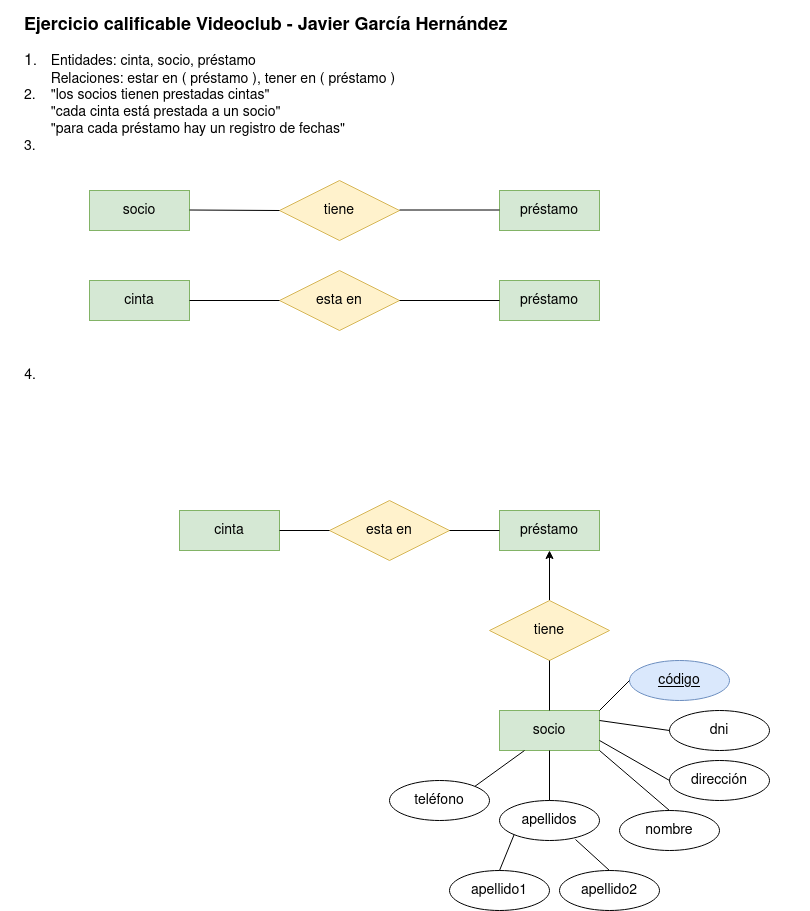
This is ejercicioevaluable1.png from javigh193/bae, a draw.io export, as it was before one commit. Source tidied: cells renumbered, new cells last; positions are measured from the earlier drawing's top-left corner, leaving out a move shared by most shapes.
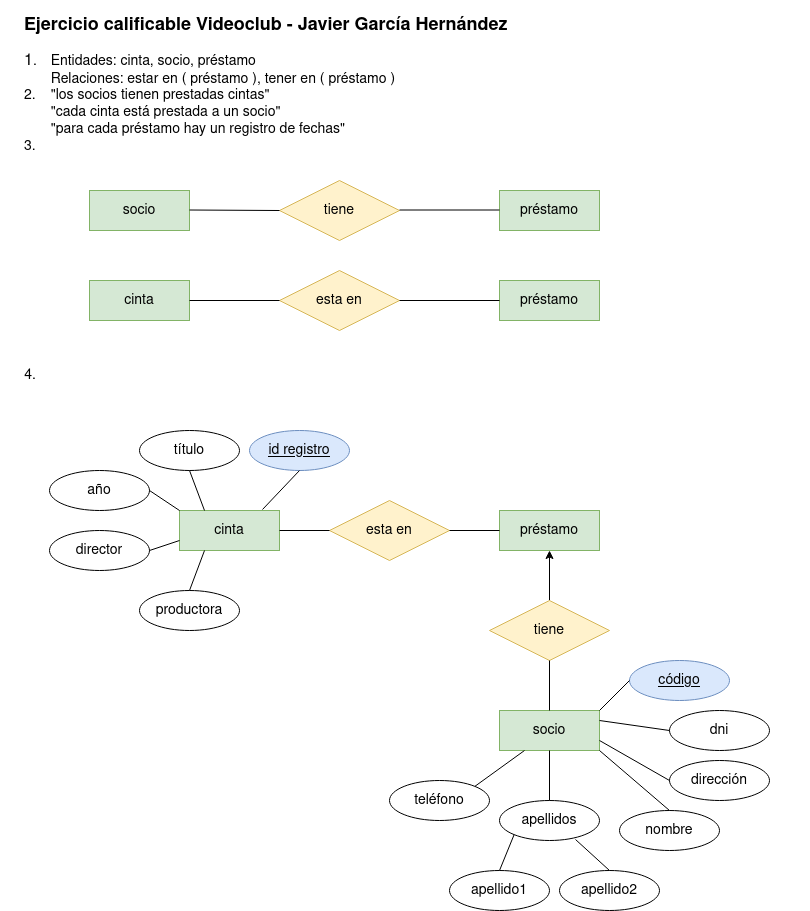
After the change.

Change to the diagram source:
```diff
@@ -118,5 +118,35 @@
     <mxCell id="38" style="endArrow=none;html=1;rounded=0;fontSize=14;exitX=1;exitY=0;exitDx=0;exitDy=0;entryX=0.25;entryY=1;entryDx=0;entryDy=0;" parent="1" edge="1" source="37" target="13">
       <mxGeometry relative="1" as="geometry" />
     </mxCell>
+    <mxCell id="39" value="id registro" style="ellipse;whiteSpace=wrap;html=1;align=center;fontStyle=4;fontSize=14;fillColor=#dae8fc;strokeColor=#6c8ebf;" parent="1" vertex="1">
+      <mxGeometry x="249" y="420" width="100" height="40" as="geometry" />
+    </mxCell>
+    <mxCell id="40" style="endArrow=none;html=1;rounded=0;fontSize=14;exitX=0.5;exitY=1;exitDx=0;exitDy=0;entryX=0.83;entryY=-0.025;entryDx=0;entryDy=0;entryPerimeter=0;" parent="1" edge="1" source="39" target="12">
+      <mxGeometry relative="1" as="geometry" />
+    </mxCell>
+    <mxCell id="41" value="título" style="ellipse;whiteSpace=wrap;html=1;align=center;fontSize=14;" parent="1" vertex="1">
+      <mxGeometry x="139" y="420" width="100" height="40" as="geometry" />
+    </mxCell>
+    <mxCell id="42" style="endArrow=none;html=1;rounded=0;fontSize=14;exitX=0.5;exitY=1;exitDx=0;exitDy=0;entryX=0.25;entryY=0;entryDx=0;entryDy=0;" parent="1" edge="1" source="41" target="12">
+      <mxGeometry relative="1" as="geometry" />
+    </mxCell>
+    <mxCell id="43" value="año" style="ellipse;whiteSpace=wrap;html=1;align=center;fontSize=14;" parent="1" vertex="1">
+      <mxGeometry x="49" y="460" width="100" height="40" as="geometry" />
+    </mxCell>
+    <mxCell id="44" style="endArrow=none;html=1;rounded=0;fontSize=14;exitX=1;exitY=0.5;exitDx=0;exitDy=0;entryX=0;entryY=0;entryDx=0;entryDy=0;" parent="1" edge="1" source="43" target="12">
+      <mxGeometry relative="1" as="geometry" />
+    </mxCell>
+    <mxCell id="45" value="director" style="ellipse;whiteSpace=wrap;html=1;align=center;fontSize=14;" parent="1" vertex="1">
+      <mxGeometry x="49" y="520" width="100" height="40" as="geometry" />
+    </mxCell>
+    <mxCell id="46" style="endArrow=none;html=1;rounded=0;fontSize=14;exitX=1;exitY=0.5;exitDx=0;exitDy=0;entryX=0;entryY=0.75;entryDx=0;entryDy=0;" parent="1" edge="1" source="45" target="12">
+      <mxGeometry relative="1" as="geometry" />
+    </mxCell>
+    <mxCell id="47" value="productora" style="ellipse;whiteSpace=wrap;html=1;align=center;fontSize=14;" parent="1" vertex="1">
+      <mxGeometry x="139" y="580" width="100" height="40" as="geometry" />
+    </mxCell>
+    <mxCell id="48" style="endArrow=none;html=1;rounded=0;fontSize=14;exitX=0.5;exitY=0;exitDx=0;exitDy=0;entryX=0.25;entryY=1;entryDx=0;entryDy=0;" parent="1" edge="1" source="47" target="12">
+      <mxGeometry relative="1" as="geometry" />
+    </mxCell>
   </root>
 </mxGraphModel>
```
